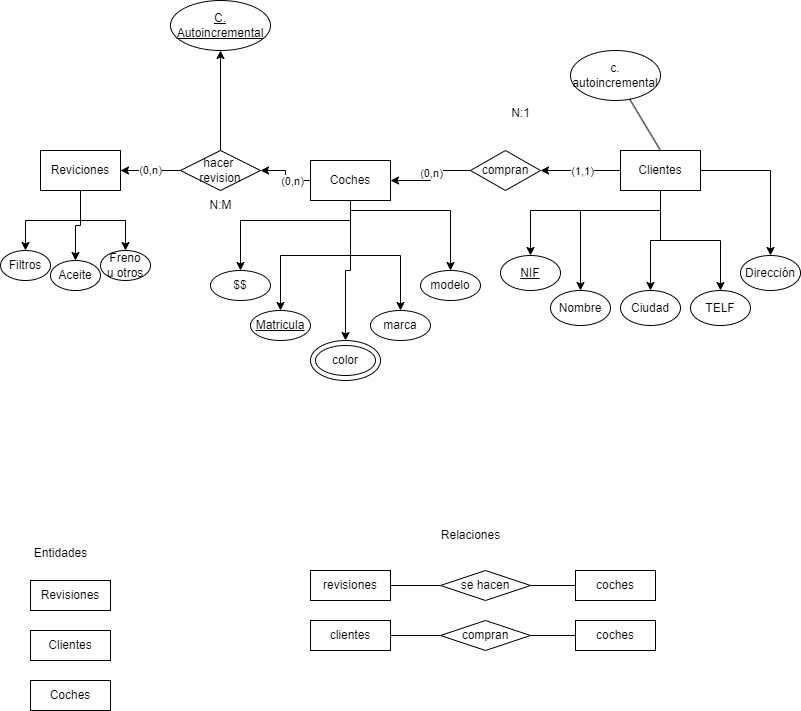
The draw.io diagram Ejercicios/images/Diagrama_BAE_E3.drawio.png in adogonz23/BAE, before a commit. Source tidied: cells renumbered, new cells last; positions are measured from the earlier drawing's top-left corner, leaving out a move shared by most shapes.
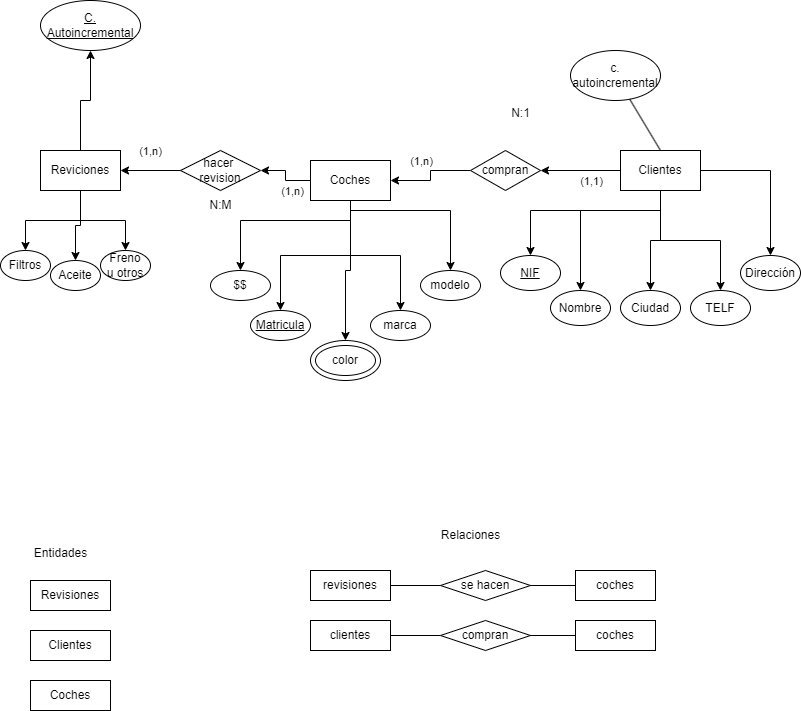
After the change.

What changed in the source:
```diff
@@ -5,8 +5,10 @@
     <mxCell id="2" style="edgeStyle=orthogonalEdgeStyle;rounded=0;jettySize=auto;html=1;entryX=1;entryY=0.5;entryDx=0;entryDy=0;" parent="1" edge="1" source="9" target="29">
       <mxGeometry relative="1" as="geometry" />
     </mxCell>
-    <mxCell id="3" value="(0,n)" style="edgeLabel;html=1;align=center;verticalAlign=middle;" parent="2" vertex="1">
-      <mxGeometry x="-0.37" relative="1" as="geometry" />
+    <mxCell id="3" value="(1,n)" style="edgeLabel;html=1;align=center;verticalAlign=middle;" parent="2" vertex="1">
+      <mxGeometry x="-0.37" relative="1" as="geometry">
+        <mxPoint y="10" as="offset" />
+      </mxGeometry>
     </mxCell>
     <mxCell id="4" style="edgeStyle=orthogonalEdgeStyle;rounded=0;jettySize=auto;html=1;entryX=0.5;entryY=0;entryDx=0;entryDy=0;" parent="1" edge="1" source="9" target="35">
       <mxGeometry relative="1" as="geometry">
@@ -40,7 +42,9 @@
       <mxGeometry relative="1" as="geometry" />
     </mxCell>
     <mxCell id="11" value="(1,1)" style="edgeLabel;html=1;align=center;verticalAlign=middle;" parent="10" vertex="1">
-      <mxGeometry x="-0.03" relative="1" as="geometry" />
+      <mxGeometry x="-0.03" relative="1" as="geometry">
+        <mxPoint x="9" y="10" as="offset" />
+      </mxGeometry>
     </mxCell>
     <mxCell id="12" style="edgeStyle=orthogonalEdgeStyle;rounded=0;jettySize=auto;html=1;entryX=0.5;entryY=0;entryDx=0;entryDy=0;" parent="1" edge="1" source="17" target="40">
       <mxGeometry relative="1" as="geometry">
@@ -88,8 +92,10 @@
     <mxCell id="23" style="edgeStyle=orthogonalEdgeStyle;rounded=0;jettySize=auto;html=1;entryX=1;entryY=0.5;entryDx=0;entryDy=0;" parent="1" edge="1" source="25" target="9">
       <mxGeometry relative="1" as="geometry" />
     </mxCell>
-    <mxCell id="24" value="(0,n)" style="edgeLabel;html=1;align=center;verticalAlign=middle;" parent="23" vertex="1">
-      <mxGeometry x="-0.07" relative="1" as="geometry" />
+    <mxCell id="24" value="(1,n)" style="edgeLabel;html=1;align=center;verticalAlign=middle;" parent="23" vertex="1">
+      <mxGeometry x="-0.07" relative="1" as="geometry">
+        <mxPoint x="-10" y="-12" as="offset" />
+      </mxGeometry>
     </mxCell>
     <mxCell id="25" value="compran" style="rhombus;whiteSpace=wrap;html=1;" parent="1" vertex="1">
       <mxGeometry x="470" y="150" width="70" height="40" as="geometry" />
@@ -97,11 +103,10 @@
     <mxCell id="26" style="edgeStyle=orthogonalEdgeStyle;rounded=0;jettySize=auto;html=1;entryX=1;entryY=0.5;entryDx=0;entryDy=0;" parent="1" edge="1" source="29" target="22">
       <mxGeometry relative="1" as="geometry" />
     </mxCell>
-    <mxCell id="27" value="()" style="edgeLabel;html=1;align=center;verticalAlign=middle;" parent="26" vertex="1">
-      <mxGeometry x="0.03" relative="1" as="geometry" />
-    </mxCell>
-    <mxCell id="28" value="(0,n)" style="edgeLabel;html=1;align=center;verticalAlign=middle;" parent="26" vertex="1">
-      <mxGeometry x="0.04" y="-1" relative="1" as="geometry" />
+    <mxCell id="28" value="(1,n)" style="edgeLabel;html=1;align=center;verticalAlign=middle;" parent="26" vertex="1">
+      <mxGeometry x="0.04" y="-1" relative="1" as="geometry">
+        <mxPoint y="-19" as="offset" />
+      </mxGeometry>
     </mxCell>
     <mxCell id="29" value="hacer&amp;nbsp;&lt;br&gt;revision" style="rhombus;whiteSpace=wrap;html=1;" parent="1" vertex="1">
       <mxGeometry x="180" y="150" width="80" height="40" as="geometry" />
@@ -116,7 +121,7 @@
       <mxGeometry x="100" y="250" width="50" height="30" as="geometry" />
     </mxCell>
     <mxCell id="33" value="&lt;u&gt;C.&lt;br&gt;Autoincremental&lt;/u&gt;" style="ellipse;whiteSpace=wrap;html=1;" parent="1" vertex="1">
-      <mxGeometry x="170" width="100" height="50" as="geometry" />
+      <mxGeometry x="40" width="100" height="50" as="geometry" />
     </mxCell>
     <mxCell id="34" style="ellipse;whiteSpace=wrap;html=1;" parent="1" vertex="1">
       <mxGeometry x="310" y="340" width="70" height="40" as="geometry" />
```
